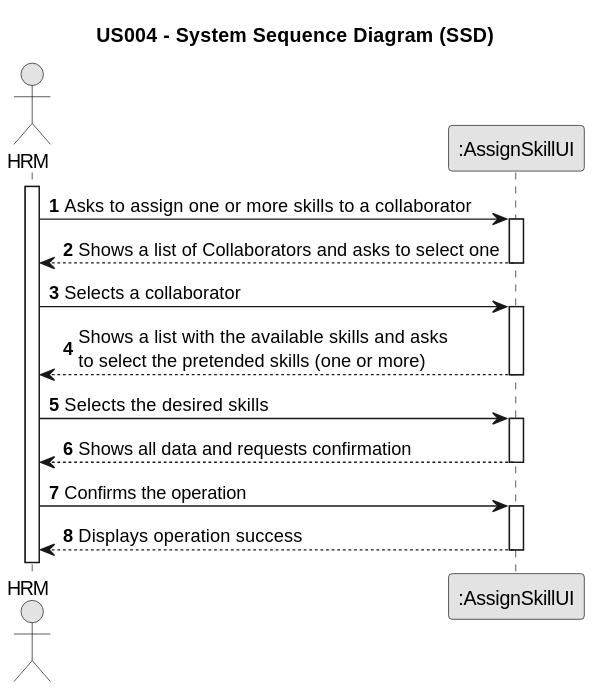
Rui-San/LAPR2_2023_2024 keeps this PlantUML diagram as docs/sprintA/us004/01.requirements-engineering/svg/us004-system-sequence-diagram.svg. Above is the earlier version.
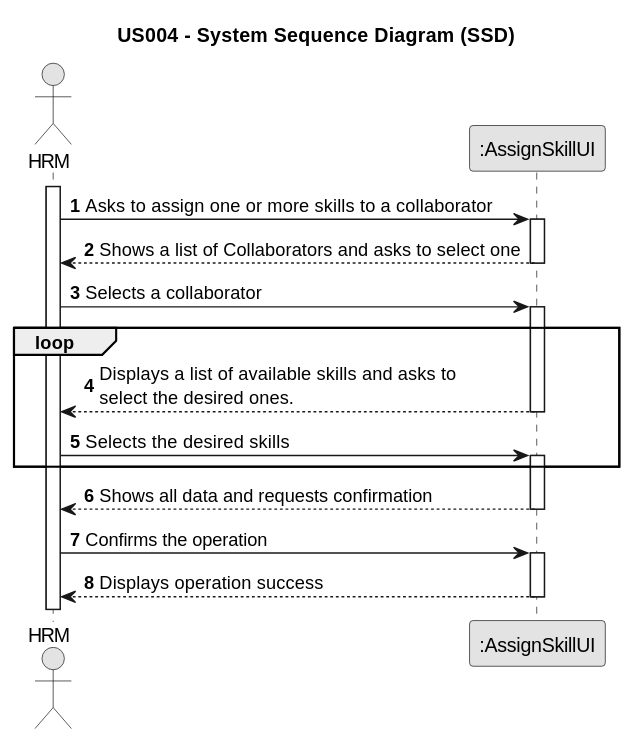
Above is the later version.

Commit message:
- US004: Created LOOP on System Sequence Diagram for selecting skills

The edit, as a diff of the source:
```diff
@@ -19,13 +19,19 @@
     deactivate System
 
     Employee -> System : Selects a collaborator
+
+    loop
+
     activate System
 
-        System --> Employee : Shows a list with the available skills and asks \nto select the pretended skills (one or more)
+        System --> Employee : Displays a list of available skills and asks to \nselect the desired ones.
     deactivate System
 
     Employee -> System : Selects the desired skills
+
+
     activate System
+    end
 
         System --> Employee : Shows all data and requests confirmation
     deactivate System
```
